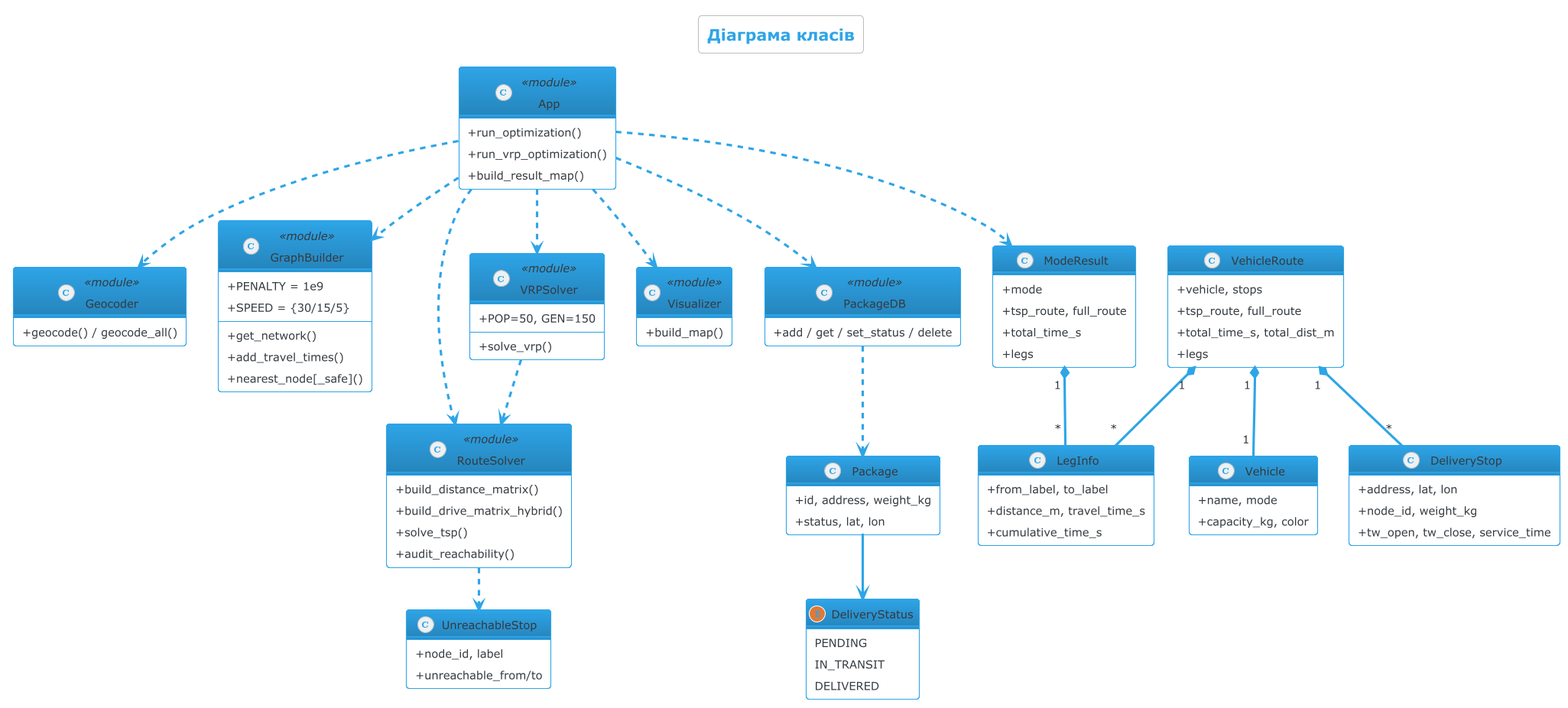
timurrte/DeliveryIQ keeps this PlantUML diagram as docs/docs/output/DeliveryIQ_ClassDiagram.png. Above is the earlier version.
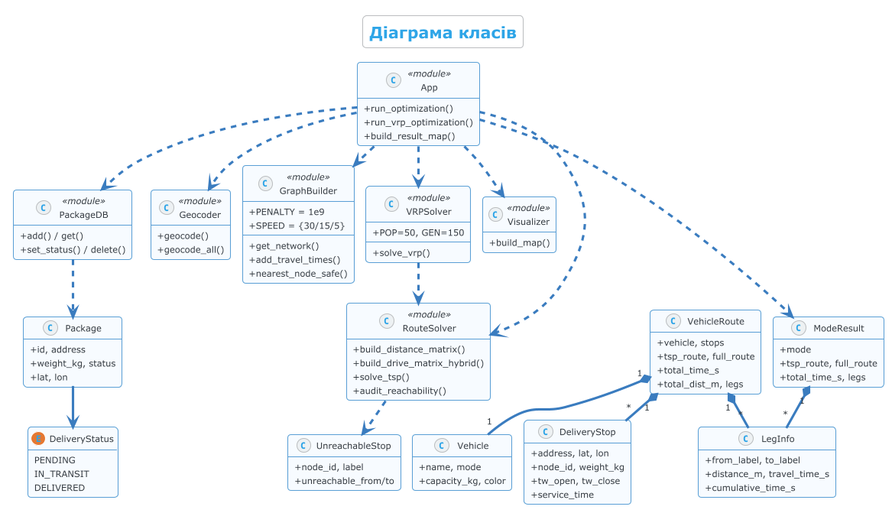
After the change.

The edit, as a diff of the source:
```diff
@@ -1,59 +1,78 @@
 @startuml DeliveryIQ_ClassDiagram
 !theme cerulean-outline
 skinparam classAttributeIconSize 0
-skinparam defaultFontSize 14
-skinparam classFontSize 14
-skinparam nodesep 40
-skinparam ranksep 40
+skinparam defaultFontSize 11
+skinparam classFontSize 11
+skinparam classHeaderBackgroundColor #dce9f5
+skinparam nodesep 15
+skinparam ranksep 25
+skinparam padding 2
+skinparam classBackgroundColor #f7fbff
+skinparam classBorderColor #5a9fd4
+skinparam arrowColor #3a7cbf
 hide empty members
+
+top to bottom direction
 
 title Діаграма класів
 
-enum DeliveryStatus {
-    PENDING
-    IN_TRANSIT
-    DELIVERED
+together {
+    enum DeliveryStatus {
+        PENDING
+        IN_TRANSIT
+        DELIVERED
+    }
+
+    class Package {
+        + id, address
+        + weight_kg, status
+        + lat, lon
+    }
+
+    class PackageDB <<module>> {
+        + add() / get()
+        + set_status() / delete()
+    }
 }
 
-class DeliveryStop {
-    + address, lat, lon
-    + node_id, weight_kg
-    + tw_open, tw_close, service_time
+together {
+    class DeliveryStop {
+        + address, lat, lon
+        + node_id, weight_kg
+        + tw_open, tw_close
+        + service_time
+    }
+
+    class Vehicle {
+        + name, mode
+        + capacity_kg, color
+    }
+
+    class UnreachableStop {
+        + node_id, label
+        + unreachable_from/to
+    }
 }
 
-class LegInfo {
-    + from_label, to_label
-    + distance_m, travel_time_s
-    + cumulative_time_s
-}
+together {
+    class LegInfo {
+        + from_label, to_label
+        + distance_m, travel_time_s
+        + cumulative_time_s
+    }
 
-class ModeResult {
-    + mode
-    + tsp_route, full_route
-    + total_time_s
-    + legs
-}
+    class ModeResult {
+        + mode
+        + tsp_route, full_route
+        + total_time_s, legs
+    }
 
-class Vehicle {
-    + name, mode
-    + capacity_kg, color
-}
-
-class VehicleRoute {
-    + vehicle, stops
-    + tsp_route, full_route
-    + total_time_s, total_dist_m
-    + legs
-}
-
-class Package {
-    + id, address, weight_kg
-    + status, lat, lon
-}
-
-class UnreachableStop {
-    + node_id, label
-    + unreachable_from/to
+    class VehicleRoute {
+        + vehicle, stops
+        + tsp_route, full_route
+        + total_time_s
+        + total_dist_m, legs
+    }
 }
 
 class App <<module>> {
@@ -62,36 +81,35 @@
     + build_result_map()
 }
 
-class Geocoder <<module>> {
-    + geocode() / geocode_all()
-}
+together {
+    class Geocoder <<module>> {
+        + geocode()
+        + geocode_all()
+    }
 
-class GraphBuilder <<module>> {
-    + PENALTY = 1e9
-    + SPEED = {30/15/5}
-    + get_network()
-    + add_travel_times()
-    + nearest_node[_safe]()
-}
+    class GraphBuilder <<module>> {
+        + PENALTY = 1e9
+        + SPEED = {30/15/5}
+        + get_network()
+        + add_travel_times()
+        + nearest_node_safe()
+    }
 
-class RouteSolver <<module>> {
-    + build_distance_matrix()
-    + build_drive_matrix_hybrid()
-    + solve_tsp()
-    + audit_reachability()
-}
+    class RouteSolver <<module>> {
+        + build_distance_matrix()
+        + build_drive_matrix_hybrid()
+        + solve_tsp()
+        + audit_reachability()
+    }
 
-class VRPSolver <<module>> {
-    + POP=50, GEN=150
-    + solve_vrp()
-}
+    class VRPSolver <<module>> {
+        + POP=50, GEN=150
+        + solve_vrp()
+    }
 
-class Visualizer <<module>> {
-    + build_map()
-}
-
-class PackageDB <<module>> {
-    + add / get / set_status / delete
+    class Visualizer <<module>> {
+        + build_map()
+    }
 }
 
 ModeResult   "1" *-- "*" LegInfo
```
